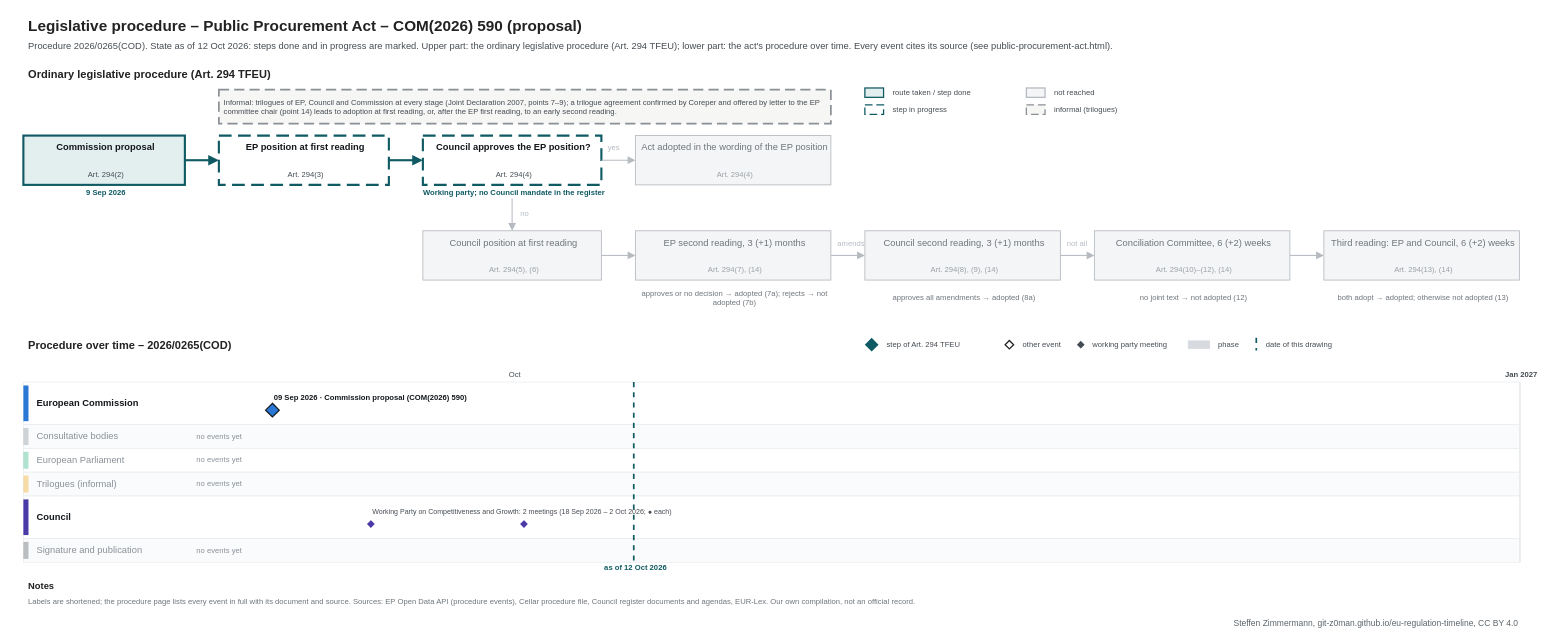
Before: procedures/public-procurement-act.drawio in git-z0man/eu-regulation-timeline, a draw.io diagram. Source tidied: cells renumbered, new cells numbered last; positions are measured from the earlier drawing's top-left corner, leaving out a move shared by most shapes. Both pictures are drawn from the tidied source at 85%, with x=0, y=0 at pixel (14, 14).
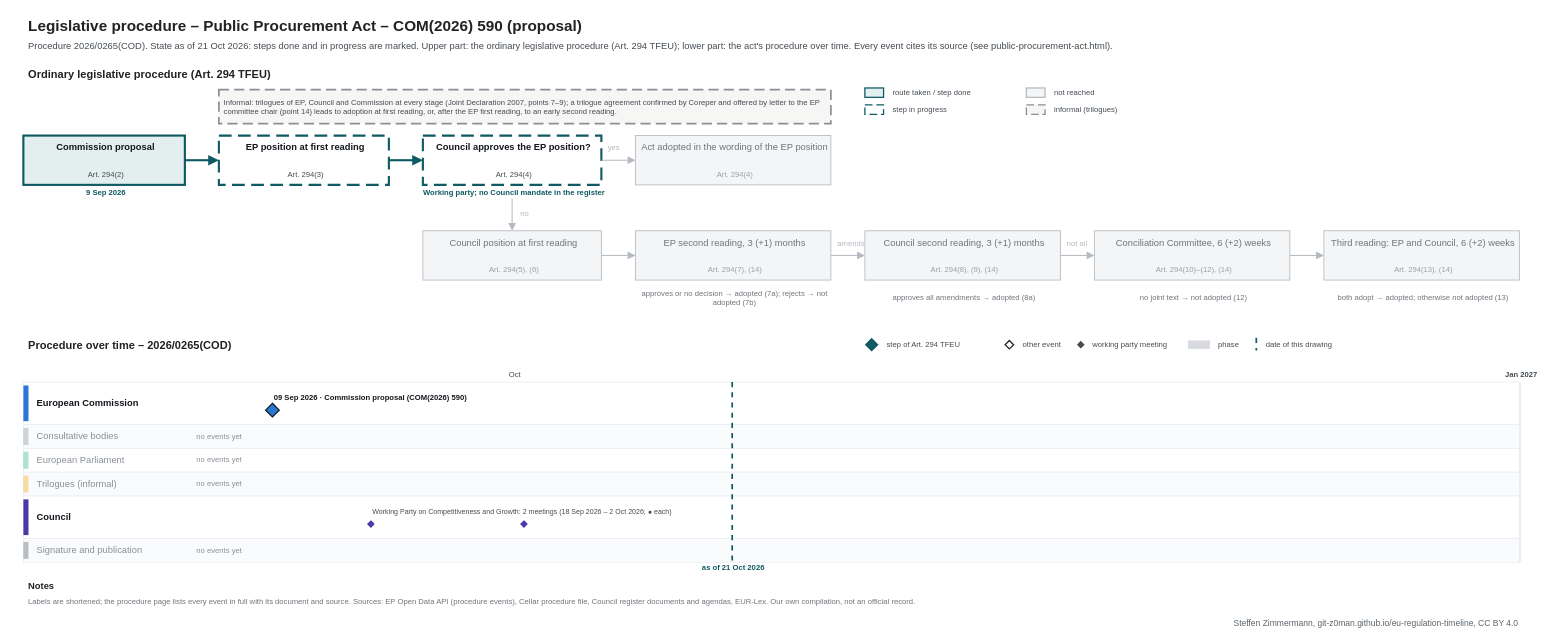
The same diagram, later.

The edit, as a diff of the source:
```diff
@@
-    <mxCell id="3" value="Procedure 2026/0265(COD). State as of 12 Oct 2026: steps done and in progress are marked. Upper part: the ordinary legislative procedure (Art. 294 TFEU); lower part: the act's procedure over time. Every event cites its source (see public-procurement-act.html)." style="text;html=1;fontSize=11;fontColor=#454c53;align=left;verticalAlign=middle;spacingLeft=4;" parent="1" vertex="1">
+    <mxCell id="3" value="Procedure 2026/0265(COD). State as of 21 Oct 2026: steps done and in progress are marked. Upper part: the ordinary legislative procedure (Art. 294 TFEU); lower part: the act's procedure over time. Every event cites its source (see public-procurement-act.html)." style="text;html=1;fontSize=11;fontColor=#454c53;align=left;verticalAlign=middle;spacingLeft=4;" parent="1" vertex="1">
       <mxGeometry x="10" y="28" width="1700" height="18" as="geometry" />
     </mxCell>
@@
     <mxCell id="100" style="line;html=1;strokeWidth=2;strokeColor=#0f5a63;direction=south;dashed=1;" parent="1" vertex="1">
-      <mxGeometry x="727.6" y="432" width="1" height="212" as="geometry" />
+      <mxGeometry x="843.4" y="432" width="1" height="212" as="geometry" />
     </mxCell>
-    <mxCell id="101" value="as of 12 Oct 2026" style="text;html=1;fontSize=9;fontColor=#0f5a63;align=center;verticalAlign=middle;spacingLeft=4;fontStyle=1;" parent="1" vertex="1">
-      <mxGeometry x="667.6" y="645" width="120" height="12" as="geometry" />
+    <mxCell id="101" value="as of 21 Oct 2026" style="text;html=1;fontSize=9;fontColor=#0f5a63;align=center;verticalAlign=middle;spacingLeft=4;fontStyle=1;" parent="1" vertex="1">
+      <mxGeometry x="783.4" y="645" width="120" height="12" as="geometry" />
     </mxCell>
```
